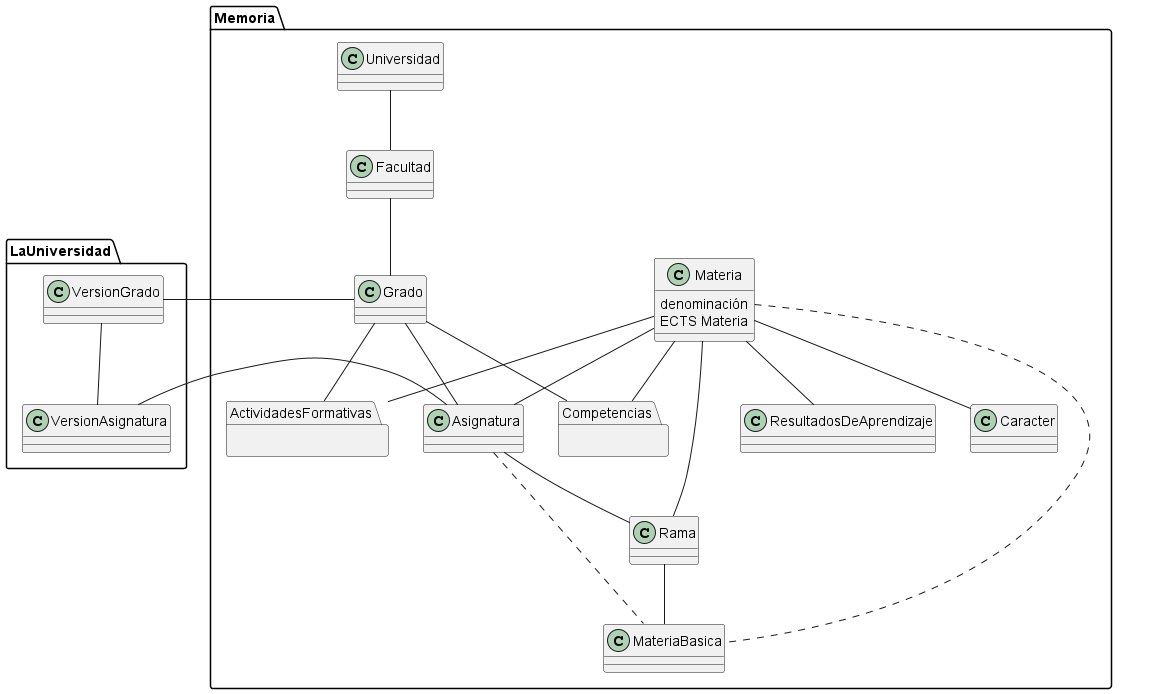
Above: images/fU.png in mmasias/IdSw1-22-23 (PlantUML), before the change.
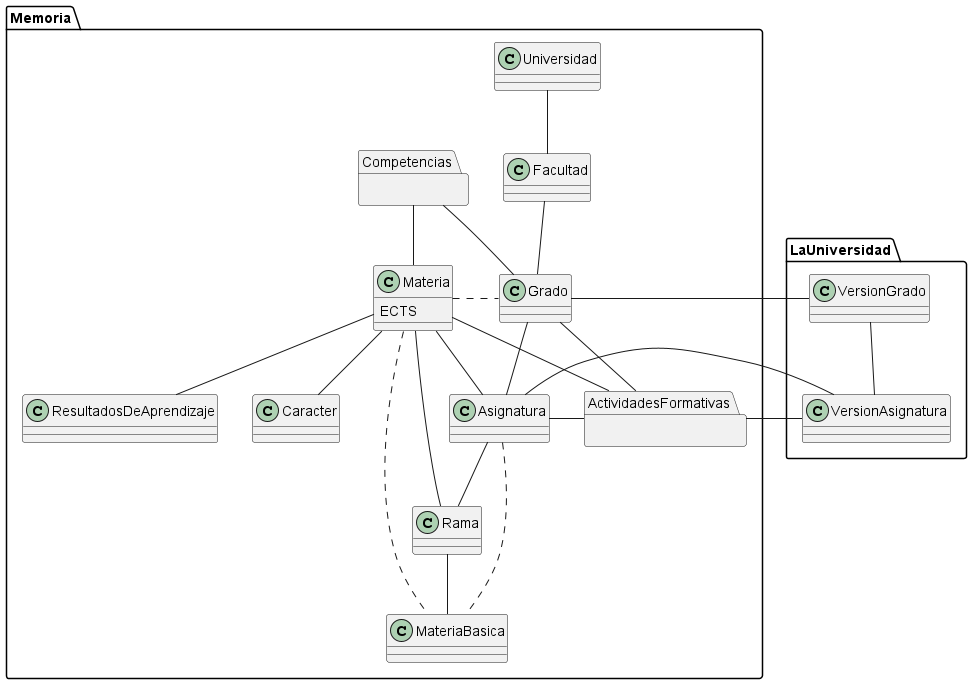
After the change.

Commit message:
Proceso de creación...

Change to the diagram source:
```diff
@@ -2,17 +2,17 @@
 package Memoria {
 
     class  Materia {
-        denominación
-        ECTS Materia
+        ECTS
     }
 
     Universidad -- Facultad
     Facultad -- Grado
     Materia -- Asignatura
     Grado -- Asignatura
+    Grado .l. Materia
 
-    Grado -- Competencias
-    Materia -- Competencias
+    Grado -l- Competencias
+    Materia -u- Competencias
 
     Grado -- ActividadesFormativas
     Materia -- ActividadesFormativas
@@ -30,6 +30,7 @@
 
     Asignatura -- Rama
     Asignatura .. MateriaBasica
+    Asignatura -l- ActividadesFormativas
 
 }
 
@@ -41,7 +42,7 @@
     Grado -l- VersionGrado
     Asignatura -l- VersionAsignatura
     VersionGrado -d- VersionAsignatura
+    VersionAsignatura -l- ActividadesFormativas
 
 }
-
 @enduml
```
